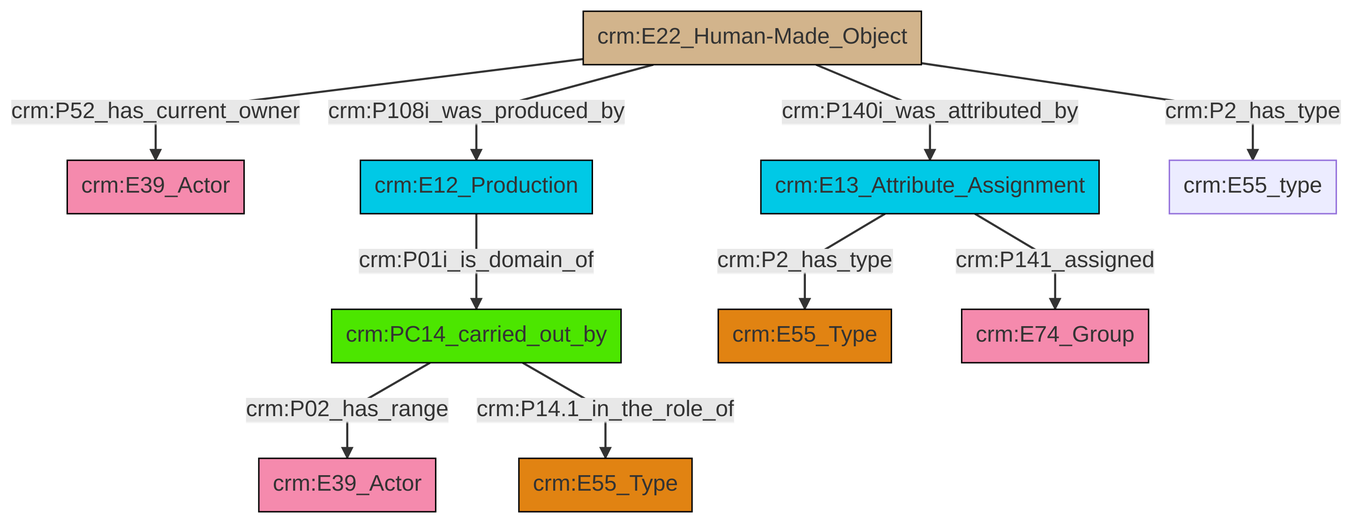
Before: et/builtWorkCSV/ttl/mmd/png/Built_Work_actor_relations.png, a diagram exported from Mermaid (swiss-art-research-net/reference-data-models). Its source is kept beside it as et/builtWorkCSV/ttl/mmd/Built_Work_actor_relations.ttl.mmd.
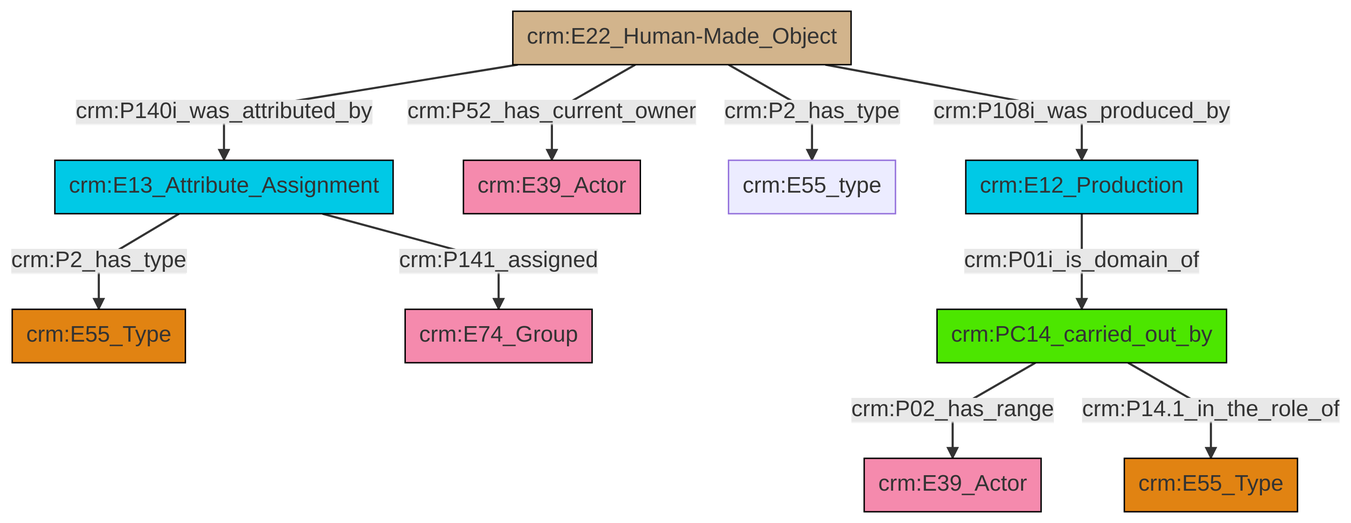
Later version of the same file.

What changed in the source:
```diff
@@ -13,12 +13,12 @@
 classDef PC_Classes fill:#4ce600, stroke:#000000;
 classDef Multi fill:#cccccc,stroke:#000000;
 
-0["crm:E22_Human-Made_Object"]:::Physical_Thing -->|crm:P52_has_current_owner| 1["crm:E39_Actor"]:::Actor
-0["crm:E22_Human-Made_Object"]:::Physical_Thing -->|crm:P140i_was_attributed_by| 4["crm:E13_Attribute_Assignment"]:::Temporal_Entity
-7["crm:PC14_carried_out_by"]:::PC_Classes -->|crm:P02_has_range| 5["crm:E39_Actor"]:::Actor
-4["crm:E13_Attribute_Assignment"]:::Temporal_Entity -->|crm:P2_has_type| 8["crm:E55_Type"]:::Type
-10["crm:E12_Production"]:::Temporal_Entity -->|crm:P01i_is_domain_of| 7["crm:PC14_carried_out_by"]:::PC_Classes
-0["crm:E22_Human-Made_Object"]:::Physical_Thing -->|crm:P2_has_type| 12["crm:E55_type"]:::Default
-4["crm:E13_Attribute_Assignment"]:::Temporal_Entity -->|crm:P141_assigned| 15["crm:E74_Group"]:::Actor
-0["crm:E22_Human-Made_Object"]:::Physical_Thing -->|crm:P108i_was_produced_by| 10["crm:E12_Production"]:::Temporal_Entity
-7["crm:PC14_carried_out_by"]:::PC_Classes -->|crm:P14.1_in_the_role_of| 2["crm:E55_Type"]:::Type
+0["crm:E13_Attribute_Assignment"]:::Temporal_Entity -->|crm:P2_has_type| 1["crm:E55_Type"]:::Type
+3["crm:E22_Human-Made_Object"]:::Physical_Thing -->|crm:P52_has_current_owner| 4["crm:E39_Actor"]:::Actor
+9["crm:PC14_carried_out_by"]:::PC_Classes -->|crm:P02_has_range| 10["crm:E39_Actor"]:::Actor
+0["crm:E13_Attribute_Assignment"]:::Temporal_Entity -->|crm:P141_assigned| 5["crm:E74_Group"]:::Actor
+3["crm:E22_Human-Made_Object"]:::Physical_Thing -->|crm:P2_has_type| 7["crm:E55_type"]:::Default
+3["crm:E22_Human-Made_Object"]:::Physical_Thing -->|crm:P108i_was_produced_by| 14["crm:E12_Production"]:::Temporal_Entity
+14["crm:E12_Production"]:::Temporal_Entity -->|crm:P01i_is_domain_of| 9["crm:PC14_carried_out_by"]:::PC_Classes
+3["crm:E22_Human-Made_Object"]:::Physical_Thing -->|crm:P140i_was_attributed_by| 0["crm:E13_Attribute_Assignment"]:::Temporal_Entity
+9["crm:PC14_carried_out_by"]:::PC_Classes -->|crm:P14.1_in_the_role_of| 11["crm:E55_Type"]:::Type
```
